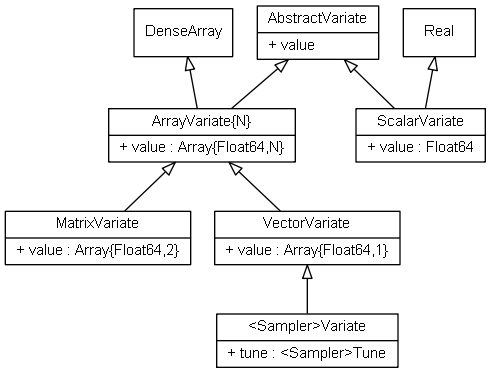
brian-j-smith/Mamba.jl keeps this Graphviz diagram as doc/images/variateUML.png. Above is the earlier version. Its source is kept beside it as doc/images/variateUML.dot.
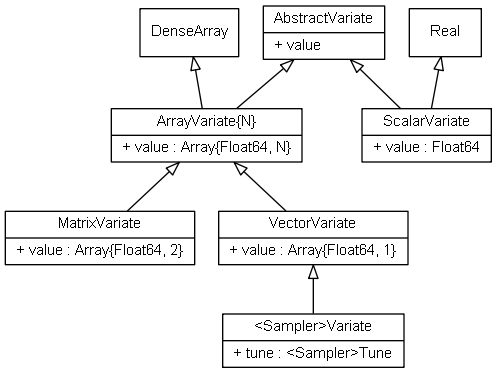
Later version of the same file.

What changed in the source:
```diff
@@ -8,11 +8,11 @@
 
     AbstractVariate [label = "{AbstractVariate|+ value\l}"]
 
-    ArrayVariate [label = "{ArrayVariate\{N\}|+ value : Array\{Float64,N\}\l}"]
+    ArrayVariate [label = "{ArrayVariate\{N\}|+ value : Array\{Float64, N\}\l}"]
 
     DenseArray [label = "{DenseArray}"]
 
-    MatrixVariate [label = "{MatrixVariate|+ value : Array\{Float64,2\}\l}"]
+    MatrixVariate [label = "{MatrixVariate|+ value : Array\{Float64, 2\}\l}"]
 
     Real [label = "{Real}"]
 
@@ -20,7 +20,7 @@
 
     ScalarVariate [label = "{ScalarVariate|+ value : Float64\l}"]
 
-    VectorVariate [label = "{VectorVariate|+ value : Array\{Float64,1\}\l}"]
+    VectorVariate [label = "{VectorVariate|+ value : Array\{Float64, 1\}\l}"]
 
     AbstractVariate -> ArrayVariate
     AbstractVariate -> ScalarVariate
```
